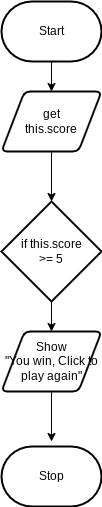
Above: design/flowchart.png in MTHS-ICS2O-2-2022/ICS2O-Final-Project-Group12 (draw.io), before the change. Source tidied: cells renumbered, new cells last; positions are measured from the earlier drawing's top-left corner, leaving out a move shared by most shapes.
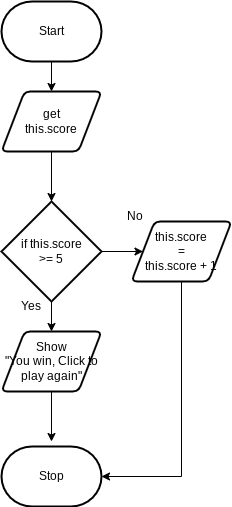
The same file after the commit.

Change to the diagram source:
```diff
@@ -22,6 +22,9 @@
     <mxCell id="7" style="edgeStyle=none;html=1;" parent="1" edge="1" source="8" target="10">
       <mxGeometry relative="1" as="geometry" />
     </mxCell>
+    <mxCell id="11" style="edgeStyle=none;html=1;" parent="1" edge="1" source="8" target="15">
+      <mxGeometry relative="1" as="geometry" />
+    </mxCell>
     <mxCell id="8" value="if this.score&lt;br&gt;&amp;gt;= 5" style="strokeWidth=2;html=1;shape=mxgraph.flowchart.decision;whiteSpace=wrap;" parent="1" vertex="1">
       <mxGeometry y="200" width="100" height="100" as="geometry" />
     </mxCell>
@@ -33,5 +36,21 @@
     <mxCell id="10" value="Show&lt;br&gt;&quot;You win, Click to play again&quot;" style="shape=parallelogram;html=1;strokeWidth=2;perimeter=parallelogramPerimeter;whiteSpace=wrap;rounded=1;arcSize=12;size=0.23;" parent="1" vertex="1">
       <mxGeometry y="330" width="100" height="60" as="geometry" />
     </mxCell>
+    <mxCell id="12" value="Yes" style="text;strokeColor=none;align=center;fillColor=none;html=1;verticalAlign=middle;whiteSpace=wrap;rounded=0;" parent="1" vertex="1">
+      <mxGeometry y="290" width="60" height="30" as="geometry" />
+    </mxCell>
+    <mxCell id="13" value="No" style="text;strokeColor=none;align=center;fillColor=none;html=1;verticalAlign=middle;whiteSpace=wrap;rounded=0;" parent="1" vertex="1">
+      <mxGeometry x="104" y="200" width="60" height="30" as="geometry" />
+    </mxCell>
+    <mxCell id="14" style="edgeStyle=none;rounded=0;html=1;entryX=1;entryY=0.5;entryDx=0;entryDy=0;entryPerimeter=0;" parent="1" edge="1" source="15" target="4">
+      <mxGeometry relative="1" as="geometry">
+        <Array as="points">
+          <mxPoint x="180" y="475" />
+        </Array>
+      </mxGeometry>
+    </mxCell>
+    <mxCell id="15" value="this.score&lt;br&gt;=&lt;br&gt;this.score + 1" style="shape=parallelogram;html=1;strokeWidth=2;perimeter=parallelogramPerimeter;whiteSpace=wrap;rounded=1;arcSize=12;size=0.23;" parent="1" vertex="1">
+      <mxGeometry x="130" y="220" width="100" height="60" as="geometry" />
+    </mxCell>
   </root>
 </mxGraphModel>
```
